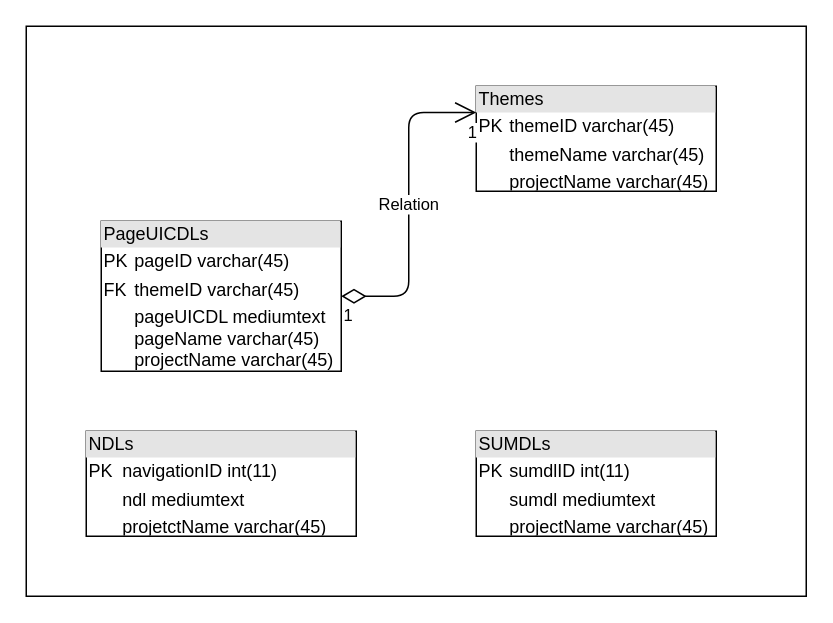
Above: page "new DB Schema" (2 of 2) of multiple-theme.drawio in MingHsuan0313/UI-Design-Client (draw.io), before the change. Source tidied: cells renumbered, new cells numbered last; positions are measured from the earlier drawing's top-left corner, leaving out a move shared by most shapes. Both pictures are drawn from the tidied source at 150%, with x=0, y=0 at pixel (26, 26).
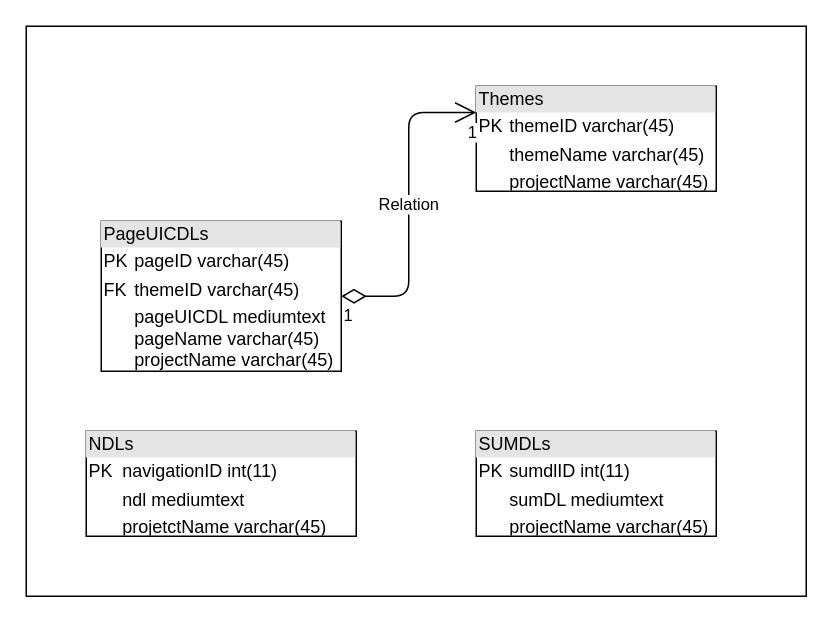
After the change.

Diff of the diagram source:
```diff
@@
 <mxGraphModel>
   <root>
     <mxCell id="0" />
     <mxCell id="1" parent="0" />
     <mxCell id="2" style="rounded=0;whiteSpace=wrap;html=1;" parent="1" vertex="1">
       <mxGeometry width="520" height="380" as="geometry" />
     </mxCell>
     <mxCell id="3" value="&lt;div style=&quot;box-sizing: border-box ; width: 100% ; background: #e4e4e4 ; padding: 2px&quot;&gt;Themes&lt;/div&gt;&lt;table style=&quot;width: 100% ; font-size: 1em&quot; cellpadding=&quot;2&quot; cellspacing=&quot;0&quot;&gt;&lt;tbody&gt;&lt;tr&gt;&lt;td&gt;PK&lt;/td&gt;&lt;td&gt;themeID varchar(45)&lt;/td&gt;&lt;/tr&gt;&lt;tr&gt;&lt;td&gt;&lt;/td&gt;&lt;td&gt;themeName varchar(45)&lt;/td&gt;&lt;/tr&gt;&lt;tr&gt;&lt;td&gt;&lt;/td&gt;&lt;td&gt;projectName varchar(45)&lt;/td&gt;&lt;/tr&gt;&lt;/tbody&gt;&lt;/table&gt;" style="verticalAlign=top;align=left;overflow=fill;html=1;" parent="1" vertex="1">
       <mxGeometry x="300" y="40" width="160" height="70" as="geometry" />
     </mxCell>
     <mxCell id="4" value="&lt;div style=&quot;box-sizing: border-box ; width: 100% ; background: #e4e4e4 ; padding: 2px&quot;&gt;NDLs&lt;/div&gt;&lt;table style=&quot;width: 100% ; font-size: 1em&quot; cellpadding=&quot;2&quot; cellspacing=&quot;0&quot;&gt;&lt;tbody&gt;&lt;tr&gt;&lt;td&gt;PK&lt;/td&gt;&lt;td&gt;navigationID int(11)&lt;/td&gt;&lt;/tr&gt;&lt;tr&gt;&lt;td&gt;&lt;br&gt;&lt;/td&gt;&lt;td&gt;ndl mediumtext&lt;/td&gt;&lt;/tr&gt;&lt;tr&gt;&lt;td&gt;&lt;/td&gt;&lt;td&gt;projetctName varchar(45)&lt;/td&gt;&lt;/tr&gt;&lt;/tbody&gt;&lt;/table&gt;" style="verticalAlign=top;align=left;overflow=fill;html=1;" parent="1" vertex="1">
       <mxGeometry x="40" y="270" width="180" height="70" as="geometry" />
     </mxCell>
-    <mxCell id="5" value="&lt;div style=&quot;box-sizing: border-box ; width: 100% ; background: #e4e4e4 ; padding: 2px&quot;&gt;SUMDLs&lt;/div&gt;&lt;table style=&quot;width: 100% ; font-size: 1em&quot; cellpadding=&quot;2&quot; cellspacing=&quot;0&quot;&gt;&lt;tbody&gt;&lt;tr&gt;&lt;td&gt;PK&lt;/td&gt;&lt;td&gt;sumdlID int(11)&lt;/td&gt;&lt;/tr&gt;&lt;tr&gt;&lt;td&gt;&lt;br&gt;&lt;/td&gt;&lt;td&gt;sumdl mediumtext&lt;/td&gt;&lt;/tr&gt;&lt;tr&gt;&lt;td&gt;&lt;/td&gt;&lt;td&gt;projectName varchar(45)&lt;/td&gt;&lt;/tr&gt;&lt;/tbody&gt;&lt;/table&gt;" style="verticalAlign=top;align=left;overflow=fill;html=1;" parent="1" vertex="1">
+    <mxCell id="5" value="&lt;div style=&quot;box-sizing: border-box ; width: 100% ; background: #e4e4e4 ; padding: 2px&quot;&gt;SUMDLs&lt;/div&gt;&lt;table style=&quot;width: 100% ; font-size: 1em&quot; cellpadding=&quot;2&quot; cellspacing=&quot;0&quot;&gt;&lt;tbody&gt;&lt;tr&gt;&lt;td&gt;PK&lt;/td&gt;&lt;td&gt;sumdlID int(11)&lt;/td&gt;&lt;/tr&gt;&lt;tr&gt;&lt;td&gt;&lt;br&gt;&lt;/td&gt;&lt;td&gt;sumDL mediumtext&lt;/td&gt;&lt;/tr&gt;&lt;tr&gt;&lt;td&gt;&lt;/td&gt;&lt;td&gt;projectName varchar(45)&lt;/td&gt;&lt;/tr&gt;&lt;/tbody&gt;&lt;/table&gt;" style="verticalAlign=top;align=left;overflow=fill;html=1;" parent="1" vertex="1">
       <mxGeometry x="300" y="270" width="160" height="70" as="geometry" />
     </mxCell>
     <mxCell id="6" value="&lt;div style=&quot;box-sizing: border-box ; width: 100% ; background: #e4e4e4 ; padding: 2px&quot;&gt;PageUICDLs&lt;/div&gt;&lt;table style=&quot;width: 100% ; font-size: 1em&quot; cellpadding=&quot;2&quot; cellspacing=&quot;0&quot;&gt;&lt;tbody&gt;&lt;tr&gt;&lt;td&gt;PK&lt;/td&gt;&lt;td&gt;pageID varchar(45)&lt;/td&gt;&lt;/tr&gt;&lt;tr&gt;&lt;td&gt;FK&lt;/td&gt;&lt;td&gt;themeID varchar(45)&lt;/td&gt;&lt;/tr&gt;&lt;tr&gt;&lt;td&gt;&lt;/td&gt;&lt;td&gt;pageUICDL mediumtext&lt;br&gt;pageName varchar(45)&lt;br&gt;projectName varchar(45)&lt;/td&gt;&lt;/tr&gt;&lt;/tbody&gt;&lt;/table&gt;" style="verticalAlign=top;align=left;overflow=fill;html=1;" parent="1" vertex="1">
       <mxGeometry x="50" y="130" width="160" height="100" as="geometry" />
     </mxCell>
     <mxCell id="7" value="Relation" style="endArrow=open;html=1;endSize=12;startArrow=diamondThin;startSize=14;startFill=0;edgeStyle=orthogonalEdgeStyle;entryX=0;entryY=0.25;entryDx=0;entryDy=0;" parent="1" edge="1" source="6" target="3">
       <mxGeometry relative="1" as="geometry" />
     </mxCell>
     <mxCell id="8" value="1" style="edgeLabel;html=1;align=left;verticalAlign=top;" parent="7" vertex="1">
       <mxGeometry x="-1" relative="1" as="geometry" />
     </mxCell>
     <mxCell id="9" value="1" style="edgeLabel;html=1;align=right;verticalAlign=top;" parent="7" vertex="1">
       <mxGeometry x="1" relative="1" as="geometry" />
     </mxCell>
   </root>
 </mxGraphModel>
```
